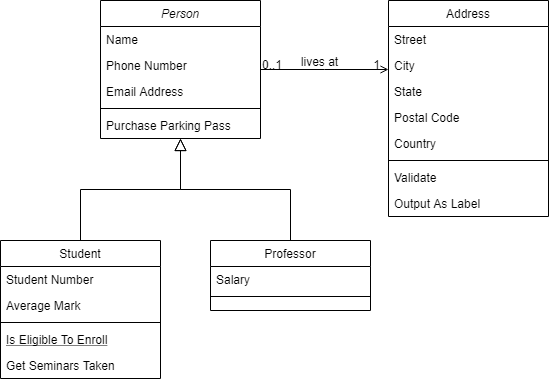
nus-cs2113-AY2122S1/tp keeps this draw.io diagram as docs/uml/Untitled Diagram.drawio.png. Above is the earlier version. Source tidied: cells renumbered, new cells last; positions are measured from the earlier drawing's top-left corner, leaving out a move shared by most shapes. The source it was exported from:
```xml
<mxGraphModel>
  <root>
    <mxCell id="0" />
    <mxCell id="1" parent="0" />
    <mxCell id="2" value="Person" style="swimlane;fontStyle=2;align=center;verticalAlign=top;horizontal=1;startSize=26;rounded=0;shadow=0;strokeWidth=1;" parent="1" vertex="1">
      <mxGeometry x="100" width="160" height="138" as="geometry" />
    </mxCell>
    <mxCell id="3" value="Name" style="text;align=left;verticalAlign=top;spacingLeft=4;spacingRight=4;overflow=hidden;" parent="2" vertex="1">
      <mxGeometry y="26" width="160" height="26" as="geometry" />
    </mxCell>
    <mxCell id="4" value="Phone Number" style="text;align=left;verticalAlign=top;spacingLeft=4;spacingRight=4;overflow=hidden;rounded=0;shadow=0;html=0;" parent="2" vertex="1">
      <mxGeometry y="52" width="160" height="26" as="geometry" />
    </mxCell>
    <mxCell id="5" value="Email Address" style="text;align=left;verticalAlign=top;spacingLeft=4;spacingRight=4;overflow=hidden;rounded=0;shadow=0;html=0;" parent="2" vertex="1">
      <mxGeometry y="78" width="160" height="26" as="geometry" />
    </mxCell>
    <mxCell id="6" style="line;html=1;strokeWidth=1;align=left;verticalAlign=middle;spacingTop=-1;spacingLeft=3;spacingRight=3;labelPosition=right;" parent="2" vertex="1">
      <mxGeometry y="104" width="160" height="8" as="geometry" />
    </mxCell>
    <mxCell id="7" value="Purchase Parking Pass" style="text;align=left;verticalAlign=top;spacingLeft=4;spacingRight=4;overflow=hidden;" parent="2" vertex="1">
      <mxGeometry y="112" width="160" height="26" as="geometry" />
    </mxCell>
    <mxCell id="8" value="Student" style="swimlane;fontStyle=0;align=center;verticalAlign=top;horizontal=1;startSize=26;rounded=0;shadow=0;strokeWidth=1;" parent="1" vertex="1">
      <mxGeometry y="240" width="160" height="138" as="geometry" />
    </mxCell>
    <mxCell id="9" value="Student Number" style="text;align=left;verticalAlign=top;spacingLeft=4;spacingRight=4;overflow=hidden;" parent="8" vertex="1">
      <mxGeometry y="26" width="160" height="26" as="geometry" />
    </mxCell>
    <mxCell id="10" value="Average Mark" style="text;align=left;verticalAlign=top;spacingLeft=4;spacingRight=4;overflow=hidden;rounded=0;shadow=0;html=0;" parent="8" vertex="1">
      <mxGeometry y="52" width="160" height="26" as="geometry" />
    </mxCell>
    <mxCell id="11" style="line;html=1;strokeWidth=1;align=left;verticalAlign=middle;spacingTop=-1;spacingLeft=3;spacingRight=3;labelPosition=right;" parent="8" vertex="1">
      <mxGeometry y="78" width="160" height="8" as="geometry" />
    </mxCell>
    <mxCell id="12" value="Is Eligible To Enroll" style="text;align=left;verticalAlign=top;spacingLeft=4;spacingRight=4;overflow=hidden;fontStyle=4;" parent="8" vertex="1">
      <mxGeometry y="86" width="160" height="26" as="geometry" />
    </mxCell>
    <mxCell id="13" value="Get Seminars Taken" style="text;align=left;verticalAlign=top;spacingLeft=4;spacingRight=4;overflow=hidden;" parent="8" vertex="1">
      <mxGeometry y="112" width="160" height="26" as="geometry" />
    </mxCell>
    <mxCell id="14" style="endArrow=block;endSize=10;endFill=0;shadow=0;strokeWidth=1;rounded=0;edgeStyle=elbowEdgeStyle;elbow=vertical;" parent="1" edge="1" source="8" target="2">
      <mxGeometry relative="1" as="geometry" />
    </mxCell>
    <mxCell id="15" value="Professor" style="swimlane;fontStyle=0;align=center;verticalAlign=top;horizontal=1;startSize=26;rounded=0;shadow=0;strokeWidth=1;" parent="1" vertex="1">
      <mxGeometry x="210" y="240" width="160" height="70" as="geometry" />
    </mxCell>
    <mxCell id="16" value="Salary" style="text;align=left;verticalAlign=top;spacingLeft=4;spacingRight=4;overflow=hidden;" parent="15" vertex="1">
      <mxGeometry y="26" width="160" height="26" as="geometry" />
    </mxCell>
    <mxCell id="17" style="line;html=1;strokeWidth=1;align=left;verticalAlign=middle;spacingTop=-1;spacingLeft=3;spacingRight=3;labelPosition=right;" parent="15" vertex="1">
      <mxGeometry y="52" width="160" height="8" as="geometry" />
    </mxCell>
    <mxCell id="18" style="endArrow=block;endSize=10;endFill=0;shadow=0;strokeWidth=1;rounded=0;edgeStyle=elbowEdgeStyle;elbow=vertical;" parent="1" edge="1" source="15" target="2">
      <mxGeometry relative="1" as="geometry" />
    </mxCell>
    <mxCell id="19" value="Address" style="swimlane;fontStyle=0;align=center;verticalAlign=top;horizontal=1;startSize=26;rounded=0;shadow=0;strokeWidth=1;" parent="1" vertex="1">
      <mxGeometry x="388" width="160" height="216" as="geometry" />
    </mxCell>
    <mxCell id="20" value="Street" style="text;align=left;verticalAlign=top;spacingLeft=4;spacingRight=4;overflow=hidden;" parent="19" vertex="1">
      <mxGeometry y="26" width="160" height="26" as="geometry" />
    </mxCell>
    <mxCell id="21" value="City" style="text;align=left;verticalAlign=top;spacingLeft=4;spacingRight=4;overflow=hidden;rounded=0;shadow=0;html=0;" parent="19" vertex="1">
      <mxGeometry y="52" width="160" height="26" as="geometry" />
    </mxCell>
    <mxCell id="22" value="State" style="text;align=left;verticalAlign=top;spacingLeft=4;spacingRight=4;overflow=hidden;rounded=0;shadow=0;html=0;" parent="19" vertex="1">
      <mxGeometry y="78" width="160" height="26" as="geometry" />
    </mxCell>
    <mxCell id="23" value="Postal Code" style="text;align=left;verticalAlign=top;spacingLeft=4;spacingRight=4;overflow=hidden;rounded=0;shadow=0;html=0;" parent="19" vertex="1">
      <mxGeometry y="104" width="160" height="26" as="geometry" />
    </mxCell>
    <mxCell id="24" value="Country" style="text;align=left;verticalAlign=top;spacingLeft=4;spacingRight=4;overflow=hidden;rounded=0;shadow=0;html=0;" parent="19" vertex="1">
      <mxGeometry y="130" width="160" height="26" as="geometry" />
    </mxCell>
    <mxCell id="25" style="line;html=1;strokeWidth=1;align=left;verticalAlign=middle;spacingTop=-1;spacingLeft=3;spacingRight=3;labelPosition=right;" parent="19" vertex="1">
      <mxGeometry y="156" width="160" height="8" as="geometry" />
    </mxCell>
    <mxCell id="26" value="Validate" style="text;align=left;verticalAlign=top;spacingLeft=4;spacingRight=4;overflow=hidden;" parent="19" vertex="1">
      <mxGeometry y="164" width="160" height="26" as="geometry" />
    </mxCell>
    <mxCell id="27" value="Output As Label" style="text;align=left;verticalAlign=top;spacingLeft=4;spacingRight=4;overflow=hidden;" parent="19" vertex="1">
      <mxGeometry y="190" width="160" height="26" as="geometry" />
    </mxCell>
    <mxCell id="28" style="endArrow=open;shadow=0;strokeWidth=1;rounded=0;endFill=1;edgeStyle=elbowEdgeStyle;elbow=vertical;" parent="1" edge="1" source="2" target="19">
      <mxGeometry x="0.5" y="41" relative="1" as="geometry">
        <mxPoint x="-40" y="32" as="offset" />
      </mxGeometry>
    </mxCell>
    <mxCell id="29" value="0..1" style="align=left;verticalAlign=bottom;labelBackgroundColor=none;fontSize=12;" parent="28" vertex="1">
      <mxGeometry x="-1" relative="1" as="geometry">
        <mxPoint y="4" as="offset" />
      </mxGeometry>
    </mxCell>
    <mxCell id="30" value="1" style="align=right;verticalAlign=bottom;labelBackgroundColor=none;fontSize=12;" parent="28" vertex="1">
      <mxGeometry x="1" relative="1" as="geometry">
        <mxPoint x="-7" y="4" as="offset" />
      </mxGeometry>
    </mxCell>
    <mxCell id="31" value="lives at" style="text;html=1;align=center;verticalAlign=middle;labelBackgroundColor=none;rounded=0;shadow=0;strokeWidth=1;fontSize=12;" parent="28" vertex="1">
      <mxGeometry x="0.5" y="49" relative="1" as="geometry">
        <mxPoint x="-38" y="40" as="offset" />
      </mxGeometry>
    </mxCell>
  </root>
</mxGraphModel>
```
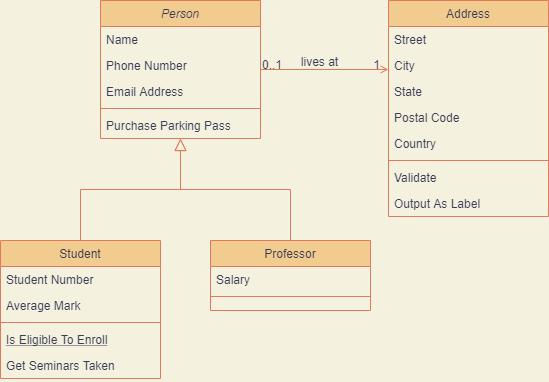
Later version of the same file.

Commit message:
Change style of object diagram

Change to the diagram source:
```diff
@@ -1,101 +1,101 @@
-<mxGraphModel>
+<mxGraphModel background="#F4F1DE">
   <root>
     <mxCell id="0" />
     <mxCell id="1" parent="0" />
-    <mxCell id="2" value="Person" style="swimlane;fontStyle=2;align=center;verticalAlign=top;horizontal=1;startSize=26;rounded=0;shadow=0;strokeWidth=1;" parent="1" vertex="1">
+    <mxCell id="2" value="Person" style="swimlane;fontStyle=2;align=center;verticalAlign=top;horizontal=1;startSize=26;rounded=0;shadow=0;strokeWidth=1;fillColor=#F2CC8F;strokeColor=#E07A5F;fontColor=#393C56;" parent="1" vertex="1">
       <mxGeometry x="100" width="160" height="138" as="geometry" />
     </mxCell>
-    <mxCell id="3" value="Name" style="text;align=left;verticalAlign=top;spacingLeft=4;spacingRight=4;overflow=hidden;" parent="2" vertex="1">
+    <mxCell id="3" value="Name" style="text;align=left;verticalAlign=top;spacingLeft=4;spacingRight=4;overflow=hidden;fontColor=#393C56;" parent="2" vertex="1">
       <mxGeometry y="26" width="160" height="26" as="geometry" />
     </mxCell>
-    <mxCell id="4" value="Phone Number" style="text;align=left;verticalAlign=top;spacingLeft=4;spacingRight=4;overflow=hidden;rounded=0;shadow=0;html=0;" parent="2" vertex="1">
+    <mxCell id="4" value="Phone Number" style="text;align=left;verticalAlign=top;spacingLeft=4;spacingRight=4;overflow=hidden;rounded=0;shadow=0;html=0;fontColor=#393C56;" parent="2" vertex="1">
       <mxGeometry y="52" width="160" height="26" as="geometry" />
     </mxCell>
-    <mxCell id="5" value="Email Address" style="text;align=left;verticalAlign=top;spacingLeft=4;spacingRight=4;overflow=hidden;rounded=0;shadow=0;html=0;" parent="2" vertex="1">
+    <mxCell id="5" value="Email Address" style="text;align=left;verticalAlign=top;spacingLeft=4;spacingRight=4;overflow=hidden;rounded=0;shadow=0;html=0;fontColor=#393C56;" parent="2" vertex="1">
       <mxGeometry y="78" width="160" height="26" as="geometry" />
     </mxCell>
-    <mxCell id="6" style="line;html=1;strokeWidth=1;align=left;verticalAlign=middle;spacingTop=-1;spacingLeft=3;spacingRight=3;labelPosition=right;" parent="2" vertex="1">
+    <mxCell id="6" style="line;html=1;strokeWidth=1;align=left;verticalAlign=middle;spacingTop=-1;spacingLeft=3;spacingRight=3;labelPosition=right;labelBackgroundColor=#F4F1DE;fillColor=#F2CC8F;strokeColor=#E07A5F;fontColor=#393C56;" parent="2" vertex="1">
       <mxGeometry y="104" width="160" height="8" as="geometry" />
     </mxCell>
-    <mxCell id="7" value="Purchase Parking Pass" style="text;align=left;verticalAlign=top;spacingLeft=4;spacingRight=4;overflow=hidden;" parent="2" vertex="1">
+    <mxCell id="7" value="Purchase Parking Pass" style="text;align=left;verticalAlign=top;spacingLeft=4;spacingRight=4;overflow=hidden;fontColor=#393C56;" parent="2" vertex="1">
       <mxGeometry y="112" width="160" height="26" as="geometry" />
     </mxCell>
-    <mxCell id="8" value="Student" style="swimlane;fontStyle=0;align=center;verticalAlign=top;horizontal=1;startSize=26;rounded=0;shadow=0;strokeWidth=1;" parent="1" vertex="1">
+    <mxCell id="8" value="Student" style="swimlane;fontStyle=0;align=center;verticalAlign=top;horizontal=1;startSize=26;rounded=0;shadow=0;strokeWidth=1;fillColor=#F2CC8F;strokeColor=#E07A5F;fontColor=#393C56;" parent="1" vertex="1">
       <mxGeometry y="240" width="160" height="138" as="geometry" />
     </mxCell>
-    <mxCell id="9" value="Student Number" style="text;align=left;verticalAlign=top;spacingLeft=4;spacingRight=4;overflow=hidden;" parent="8" vertex="1">
+    <mxCell id="9" value="Student Number" style="text;align=left;verticalAlign=top;spacingLeft=4;spacingRight=4;overflow=hidden;fontColor=#393C56;" parent="8" vertex="1">
       <mxGeometry y="26" width="160" height="26" as="geometry" />
     </mxCell>
-    <mxCell id="10" value="Average Mark" style="text;align=left;verticalAlign=top;spacingLeft=4;spacingRight=4;overflow=hidden;rounded=0;shadow=0;html=0;" parent="8" vertex="1">
+    <mxCell id="10" value="Average Mark" style="text;align=left;verticalAlign=top;spacingLeft=4;spacingRight=4;overflow=hidden;rounded=0;shadow=0;html=0;fontColor=#393C56;" parent="8" vertex="1">
       <mxGeometry y="52" width="160" height="26" as="geometry" />
     </mxCell>
-    <mxCell id="11" style="line;html=1;strokeWidth=1;align=left;verticalAlign=middle;spacingTop=-1;spacingLeft=3;spacingRight=3;labelPosition=right;" parent="8" vertex="1">
+    <mxCell id="11" style="line;html=1;strokeWidth=1;align=left;verticalAlign=middle;spacingTop=-1;spacingLeft=3;spacingRight=3;labelPosition=right;labelBackgroundColor=#F4F1DE;fillColor=#F2CC8F;strokeColor=#E07A5F;fontColor=#393C56;" parent="8" vertex="1">
       <mxGeometry y="78" width="160" height="8" as="geometry" />
     </mxCell>
-    <mxCell id="12" value="Is Eligible To Enroll" style="text;align=left;verticalAlign=top;spacingLeft=4;spacingRight=4;overflow=hidden;fontStyle=4;" parent="8" vertex="1">
+    <mxCell id="12" value="Is Eligible To Enroll" style="text;align=left;verticalAlign=top;spacingLeft=4;spacingRight=4;overflow=hidden;fontStyle=4;fontColor=#393C56;" parent="8" vertex="1">
       <mxGeometry y="86" width="160" height="26" as="geometry" />
     </mxCell>
-    <mxCell id="13" value="Get Seminars Taken" style="text;align=left;verticalAlign=top;spacingLeft=4;spacingRight=4;overflow=hidden;" parent="8" vertex="1">
+    <mxCell id="13" value="Get Seminars Taken" style="text;align=left;verticalAlign=top;spacingLeft=4;spacingRight=4;overflow=hidden;fontColor=#393C56;" parent="8" vertex="1">
       <mxGeometry y="112" width="160" height="26" as="geometry" />
     </mxCell>
-    <mxCell id="14" style="endArrow=block;endSize=10;endFill=0;shadow=0;strokeWidth=1;rounded=0;edgeStyle=elbowEdgeStyle;elbow=vertical;" parent="1" edge="1" source="8" target="2">
+    <mxCell id="14" style="endArrow=block;endSize=10;endFill=0;shadow=0;strokeWidth=1;rounded=0;edgeStyle=elbowEdgeStyle;elbow=vertical;labelBackgroundColor=#F4F1DE;strokeColor=#E07A5F;fontColor=#393C56;" parent="1" edge="1" source="8" target="2">
       <mxGeometry relative="1" as="geometry" />
     </mxCell>
-    <mxCell id="15" value="Professor" style="swimlane;fontStyle=0;align=center;verticalAlign=top;horizontal=1;startSize=26;rounded=0;shadow=0;strokeWidth=1;" parent="1" vertex="1">
+    <mxCell id="15" value="Professor" style="swimlane;fontStyle=0;align=center;verticalAlign=top;horizontal=1;startSize=26;rounded=0;shadow=0;strokeWidth=1;fillColor=#F2CC8F;strokeColor=#E07A5F;fontColor=#393C56;" parent="1" vertex="1">
       <mxGeometry x="210" y="240" width="160" height="70" as="geometry" />
     </mxCell>
-    <mxCell id="16" value="Salary" style="text;align=left;verticalAlign=top;spacingLeft=4;spacingRight=4;overflow=hidden;" parent="15" vertex="1">
+    <mxCell id="16" value="Salary" style="text;align=left;verticalAlign=top;spacingLeft=4;spacingRight=4;overflow=hidden;fontColor=#393C56;" parent="15" vertex="1">
       <mxGeometry y="26" width="160" height="26" as="geometry" />
     </mxCell>
-    <mxCell id="17" style="line;html=1;strokeWidth=1;align=left;verticalAlign=middle;spacingTop=-1;spacingLeft=3;spacingRight=3;labelPosition=right;" parent="15" vertex="1">
+    <mxCell id="17" style="line;html=1;strokeWidth=1;align=left;verticalAlign=middle;spacingTop=-1;spacingLeft=3;spacingRight=3;labelPosition=right;labelBackgroundColor=#F4F1DE;fillColor=#F2CC8F;strokeColor=#E07A5F;fontColor=#393C56;" parent="15" vertex="1">
       <mxGeometry y="52" width="160" height="8" as="geometry" />
     </mxCell>
-    <mxCell id="18" style="endArrow=block;endSize=10;endFill=0;shadow=0;strokeWidth=1;rounded=0;edgeStyle=elbowEdgeStyle;elbow=vertical;" parent="1" edge="1" source="15" target="2">
+    <mxCell id="18" style="endArrow=block;endSize=10;endFill=0;shadow=0;strokeWidth=1;rounded=0;edgeStyle=elbowEdgeStyle;elbow=vertical;labelBackgroundColor=#F4F1DE;strokeColor=#E07A5F;fontColor=#393C56;" parent="1" edge="1" source="15" target="2">
       <mxGeometry relative="1" as="geometry" />
     </mxCell>
-    <mxCell id="19" value="Address" style="swimlane;fontStyle=0;align=center;verticalAlign=top;horizontal=1;startSize=26;rounded=0;shadow=0;strokeWidth=1;" parent="1" vertex="1">
+    <mxCell id="19" value="Address" style="swimlane;fontStyle=0;align=center;verticalAlign=top;horizontal=1;startSize=26;rounded=0;shadow=0;strokeWidth=1;fillColor=#F2CC8F;strokeColor=#E07A5F;fontColor=#393C56;" parent="1" vertex="1">
       <mxGeometry x="388" width="160" height="216" as="geometry" />
     </mxCell>
-    <mxCell id="20" value="Street" style="text;align=left;verticalAlign=top;spacingLeft=4;spacingRight=4;overflow=hidden;" parent="19" vertex="1">
+    <mxCell id="20" value="Street" style="text;align=left;verticalAlign=top;spacingLeft=4;spacingRight=4;overflow=hidden;fontColor=#393C56;" parent="19" vertex="1">
       <mxGeometry y="26" width="160" height="26" as="geometry" />
     </mxCell>
-    <mxCell id="21" value="City" style="text;align=left;verticalAlign=top;spacingLeft=4;spacingRight=4;overflow=hidden;rounded=0;shadow=0;html=0;" parent="19" vertex="1">
+    <mxCell id="21" value="City" style="text;align=left;verticalAlign=top;spacingLeft=4;spacingRight=4;overflow=hidden;rounded=0;shadow=0;html=0;fontColor=#393C56;" parent="19" vertex="1">
       <mxGeometry y="52" width="160" height="26" as="geometry" />
     </mxCell>
-    <mxCell id="22" value="State" style="text;align=left;verticalAlign=top;spacingLeft=4;spacingRight=4;overflow=hidden;rounded=0;shadow=0;html=0;" parent="19" vertex="1">
+    <mxCell id="22" value="State" style="text;align=left;verticalAlign=top;spacingLeft=4;spacingRight=4;overflow=hidden;rounded=0;shadow=0;html=0;fontColor=#393C56;" parent="19" vertex="1">
       <mxGeometry y="78" width="160" height="26" as="geometry" />
     </mxCell>
-    <mxCell id="23" value="Postal Code" style="text;align=left;verticalAlign=top;spacingLeft=4;spacingRight=4;overflow=hidden;rounded=0;shadow=0;html=0;" parent="19" vertex="1">
+    <mxCell id="23" value="Postal Code" style="text;align=left;verticalAlign=top;spacingLeft=4;spacingRight=4;overflow=hidden;rounded=0;shadow=0;html=0;fontColor=#393C56;" parent="19" vertex="1">
       <mxGeometry y="104" width="160" height="26" as="geometry" />
     </mxCell>
-    <mxCell id="24" value="Country" style="text;align=left;verticalAlign=top;spacingLeft=4;spacingRight=4;overflow=hidden;rounded=0;shadow=0;html=0;" parent="19" vertex="1">
+    <mxCell id="24" value="Country" style="text;align=left;verticalAlign=top;spacingLeft=4;spacingRight=4;overflow=hidden;rounded=0;shadow=0;html=0;fontColor=#393C56;" parent="19" vertex="1">
       <mxGeometry y="130" width="160" height="26" as="geometry" />
     </mxCell>
-    <mxCell id="25" style="line;html=1;strokeWidth=1;align=left;verticalAlign=middle;spacingTop=-1;spacingLeft=3;spacingRight=3;labelPosition=right;" parent="19" vertex="1">
+    <mxCell id="25" style="line;html=1;strokeWidth=1;align=left;verticalAlign=middle;spacingTop=-1;spacingLeft=3;spacingRight=3;labelPosition=right;labelBackgroundColor=#F4F1DE;fillColor=#F2CC8F;strokeColor=#E07A5F;fontColor=#393C56;" parent="19" vertex="1">
       <mxGeometry y="156" width="160" height="8" as="geometry" />
     </mxCell>
-    <mxCell id="26" value="Validate" style="text;align=left;verticalAlign=top;spacingLeft=4;spacingRight=4;overflow=hidden;" parent="19" vertex="1">
+    <mxCell id="26" value="Validate" style="text;align=left;verticalAlign=top;spacingLeft=4;spacingRight=4;overflow=hidden;fontColor=#393C56;" parent="19" vertex="1">
       <mxGeometry y="164" width="160" height="26" as="geometry" />
     </mxCell>
-    <mxCell id="27" value="Output As Label" style="text;align=left;verticalAlign=top;spacingLeft=4;spacingRight=4;overflow=hidden;" parent="19" vertex="1">
+    <mxCell id="27" value="Output As Label" style="text;align=left;verticalAlign=top;spacingLeft=4;spacingRight=4;overflow=hidden;fontColor=#393C56;" parent="19" vertex="1">
       <mxGeometry y="190" width="160" height="26" as="geometry" />
     </mxCell>
-    <mxCell id="28" style="endArrow=open;shadow=0;strokeWidth=1;rounded=0;endFill=1;edgeStyle=elbowEdgeStyle;elbow=vertical;" parent="1" edge="1" source="2" target="19">
+    <mxCell id="28" style="endArrow=open;shadow=0;strokeWidth=1;rounded=0;endFill=1;edgeStyle=elbowEdgeStyle;elbow=vertical;labelBackgroundColor=#F4F1DE;strokeColor=#E07A5F;fontColor=#393C56;" parent="1" edge="1" source="2" target="19">
       <mxGeometry x="0.5" y="41" relative="1" as="geometry">
         <mxPoint x="-40" y="32" as="offset" />
       </mxGeometry>
     </mxCell>
-    <mxCell id="29" value="0..1" style="align=left;verticalAlign=bottom;labelBackgroundColor=none;fontSize=12;" parent="28" vertex="1">
+    <mxCell id="29" value="0..1" style="align=left;verticalAlign=bottom;labelBackgroundColor=none;fontSize=12;fillColor=#F2CC8F;strokeColor=#E07A5F;fontColor=#393C56;" parent="28" vertex="1">
       <mxGeometry x="-1" relative="1" as="geometry">
         <mxPoint y="4" as="offset" />
       </mxGeometry>
     </mxCell>
-    <mxCell id="30" value="1" style="align=right;verticalAlign=bottom;labelBackgroundColor=none;fontSize=12;" parent="28" vertex="1">
+    <mxCell id="30" value="1" style="align=right;verticalAlign=bottom;labelBackgroundColor=none;fontSize=12;fillColor=#F2CC8F;strokeColor=#E07A5F;fontColor=#393C56;" parent="28" vertex="1">
       <mxGeometry x="1" relative="1" as="geometry">
         <mxPoint x="-7" y="4" as="offset" />
       </mxGeometry>
     </mxCell>
-    <mxCell id="31" value="lives at" style="text;html=1;align=center;verticalAlign=middle;labelBackgroundColor=none;rounded=0;shadow=0;strokeWidth=1;fontSize=12;" parent="28" vertex="1">
+    <mxCell id="31" value="lives at" style="text;html=1;align=center;verticalAlign=middle;labelBackgroundColor=none;rounded=0;shadow=0;strokeWidth=1;fontSize=12;fontColor=#393C56;" parent="28" vertex="1">
       <mxGeometry x="0.5" y="49" relative="1" as="geometry">
         <mxPoint x="-38" y="40" as="offset" />
       </mxGeometry>
```
